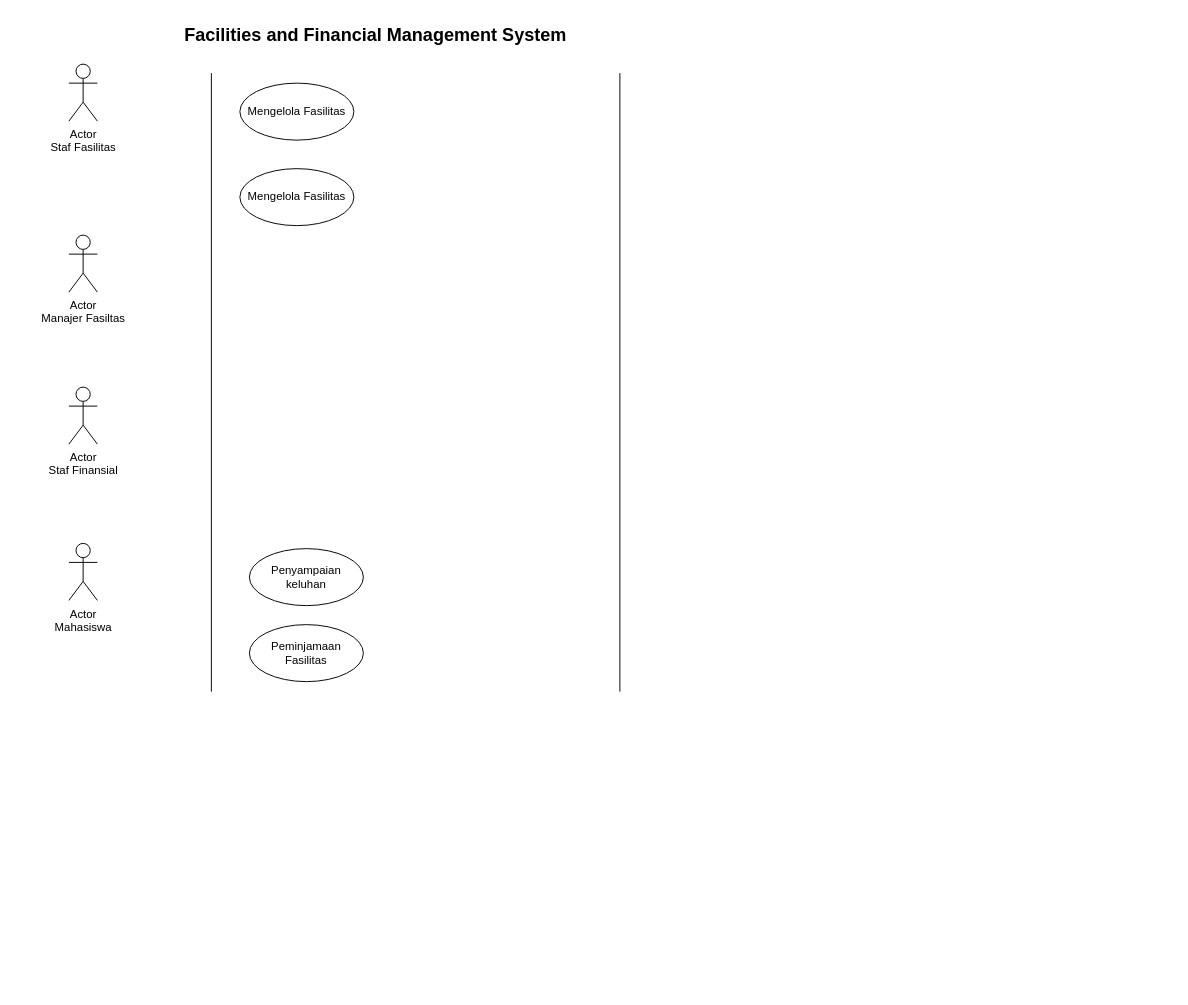
Before: Ga2.drawio in thirza258/draw.io, a draw.io diagram. Source tidied: cells renumbered, new cells numbered last; positions are measured from the earlier drawing's top-left corner, leaving out a move shared by most shapes. Both pictures are drawn from the tidied source at 95%, with x=0, y=0 at pixel (68, 16).
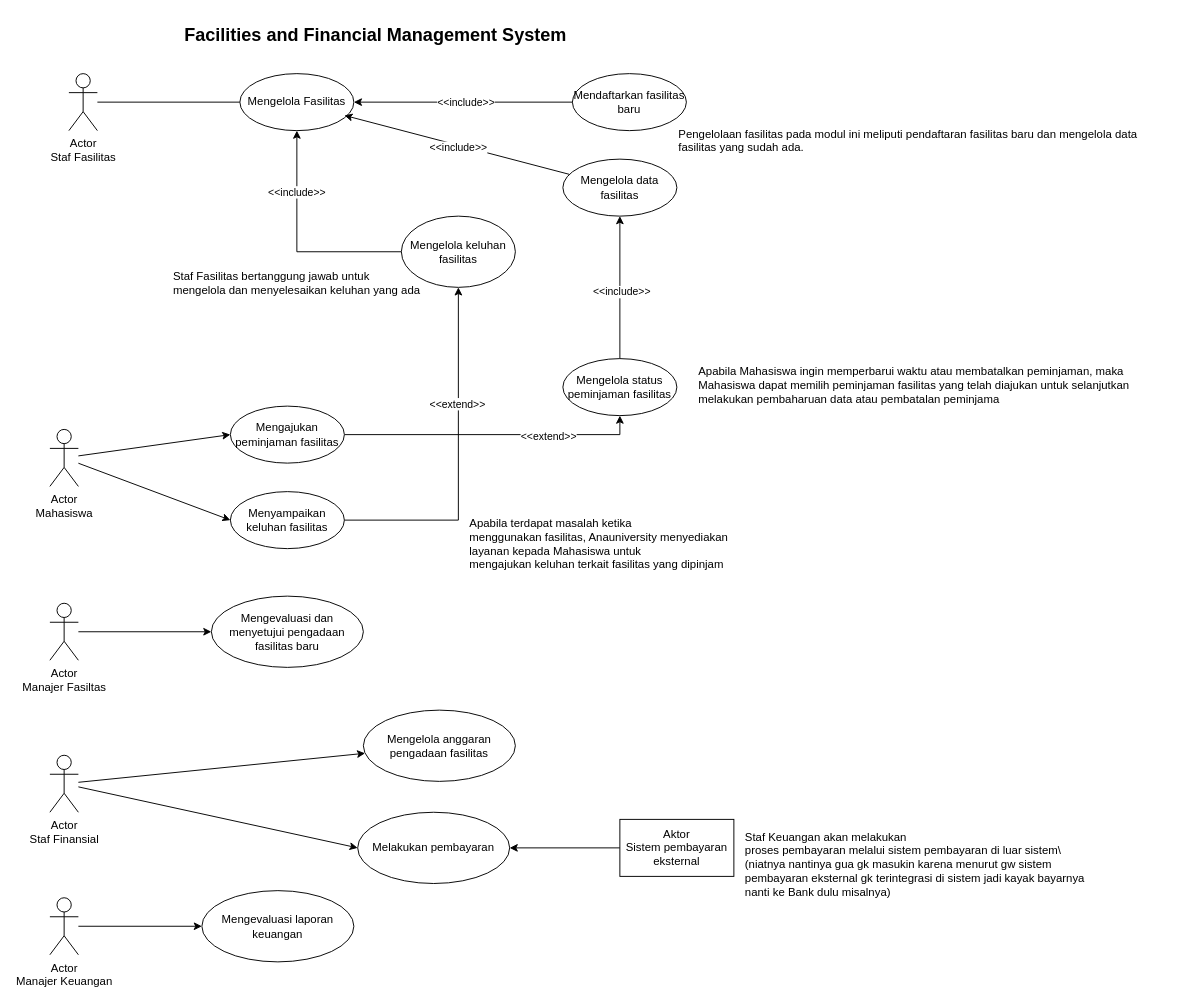
The same diagram, later.

What changed in the source:
```diff
@@
+    <mxCell id="12" style="edgeStyle=orthogonalEdgeStyle;rounded=0;jettySize=auto;html=1;entryX=0;entryY=0.5;entryDx=0;entryDy=0;endArrow=none;endFill=0;" parent="1" edge="1" source="2" target="10">
+      <mxGeometry relative="1" as="geometry" />
+    </mxCell>
     <mxCell id="2" value="Actor&lt;div&gt;Staf Fasilitas&lt;/div&gt;" style="shape=umlActor;verticalLabelPosition=bottom;verticalAlign=top;html=1;outlineConnect=0;" parent="1" vertex="1">
-      <mxGeometry y="50" width="30" height="60" as="geometry" />
+      <mxGeometry y="60" width="30" height="60" as="geometry" />
     </mxCell>
+    <mxCell id="13" style="edgeStyle=orthogonalEdgeStyle;rounded=0;jettySize=auto;html=1;entryX=0;entryY=0.5;entryDx=0;entryDy=0;" parent="1" edge="1" source="3" target="11">
+      <mxGeometry relative="1" as="geometry" />
+    </mxCell>
     <mxCell id="3" value="Actor&lt;div&gt;Manajer Fasiltas&lt;/div&gt;" style="shape=umlActor;verticalLabelPosition=bottom;verticalAlign=top;html=1;outlineConnect=0;" parent="1" vertex="1">
-      <mxGeometry y="230" width="30" height="60" as="geometry" />
+      <mxGeometry x="-20" y="617.5" width="30" height="60" as="geometry" />
     </mxCell>
+    <mxCell id="14" style="rounded=0;jettySize=auto;html=1;" parent="1" edge="1" source="4" target="24">
+      <mxGeometry relative="1" as="geometry" />
+    </mxCell>
+    <mxCell id="15" style="rounded=0;jettySize=auto;html=1;entryX=0;entryY=0.5;entryDx=0;entryDy=0;" parent="1" edge="1" source="4" target="44">
+      <mxGeometry relative="1" as="geometry" />
+    </mxCell>
     <mxCell id="4" value="Actor&lt;div&gt;Staf Finansial&lt;/div&gt;" style="shape=umlActor;verticalLabelPosition=bottom;verticalAlign=top;html=1;outlineConnect=0;" parent="1" vertex="1">
-      <mxGeometry y="390" width="30" height="60" as="geometry" />
+      <mxGeometry x="-20" y="777.5" width="30" height="60" as="geometry" />
     </mxCell>
+    <mxCell id="16" style="rounded=0;jettySize=auto;html=1;entryX=0;entryY=0.5;entryDx=0;entryDy=0;" parent="1" edge="1" source="5" target="9">
+      <mxGeometry relative="1" as="geometry" />
+    </mxCell>
+    <mxCell id="17" style="rounded=0;jettySize=auto;html=1;entryX=0;entryY=0.5;entryDx=0;entryDy=0;" parent="1" edge="1" source="5" target="8">
+      <mxGeometry relative="1" as="geometry" />
+    </mxCell>
     <mxCell id="5" value="Actor&lt;div&gt;Mahasiswa&lt;/div&gt;" style="shape=umlActor;verticalLabelPosition=bottom;verticalAlign=top;html=1;outlineConnect=0;" parent="1" vertex="1">
-      <mxGeometry y="554.5" width="30" height="60" as="geometry" />
+      <mxGeometry x="-20" y="434.5" width="30" height="60" as="geometry" />
     </mxCell>
-    <mxCell id="6" style="shape=partialRectangle;whiteSpace=wrap;html=1;top=0;bottom=0;fillColor=none;" parent="1" vertex="1">
-      <mxGeometry x="150" y="60" width="430" height="650" as="geometry" />
-    </mxCell>
@@
+    <mxCell id="18" style="edgeStyle=orthogonalEdgeStyle;rounded=0;jettySize=auto;html=1;entryX=0.5;entryY=1;entryDx=0;entryDy=0;" parent="1" edge="1" source="8" target="39">
+      <mxGeometry relative="1" as="geometry" />
+    </mxCell>
+    <mxCell id="19" value="&amp;lt;&amp;lt;extend&amp;gt;&amp;gt;" style="edgeLabel;html=1;align=center;verticalAlign=middle;" parent="18" vertex="1">
+      <mxGeometry x="0.33" y="2" relative="1" as="geometry" />
+    </mxCell>
-    <mxCell id="8" value="Peminjamaan Fasilitas" style="ellipse;whiteSpace=wrap;html=1;" parent="1" vertex="1">
-      <mxGeometry x="190" y="640" width="120" height="60" as="geometry" />
+    <mxCell id="8" value="Menyampaikan keluhan fasilitas" style="ellipse;whiteSpace=wrap;html=1;" parent="1" vertex="1">
+      <mxGeometry x="170" y="500" width="120" height="60" as="geometry" />
     </mxCell>
+    <mxCell id="20" style="edgeStyle=orthogonalEdgeStyle;rounded=0;jettySize=auto;html=1;entryX=0.5;entryY=1;entryDx=0;entryDy=0;" parent="1" edge="1" source="9" target="34">
+      <mxGeometry relative="1" as="geometry" />
+    </mxCell>
+    <mxCell id="21" value="&amp;lt;&amp;lt;extend&amp;gt;&amp;gt;" style="edgeLabel;html=1;align=center;verticalAlign=middle;" parent="20" vertex="1">
+      <mxGeometry x="0.38" y="-1" relative="1" as="geometry" />
+    </mxCell>
-    <mxCell id="9" value="Penyampaian keluhan" style="ellipse;whiteSpace=wrap;html=1;" parent="1" vertex="1">
-      <mxGeometry x="190" y="560" width="120" height="60" as="geometry" />
+    <mxCell id="9" value="Mengajukan peminjaman fasilitas" style="ellipse;whiteSpace=wrap;html=1;" parent="1" vertex="1">
+      <mxGeometry x="170" y="410" width="120" height="60" as="geometry" />
     </mxCell>
     <mxCell id="10" value="Mengelola Fasilitas" style="ellipse;whiteSpace=wrap;html=1;" parent="1" vertex="1">
-      <mxGeometry x="180" y="70" width="120" height="60" as="geometry" />
+      <mxGeometry x="180" y="60" width="120" height="60" as="geometry" />
     </mxCell>
-    <mxCell id="11" value="Mengelola Fasilitas" style="ellipse;whiteSpace=wrap;html=1;" parent="1" vertex="1">
-      <mxGeometry x="180" y="160" width="120" height="60" as="geometry" />
+    <mxCell id="11" value="Mengevaluasi dan menyetujui pengadaan fasilitas baru" style="ellipse;whiteSpace=wrap;html=1;" parent="1" vertex="1">
+      <mxGeometry x="150" y="610" width="160" height="75" as="geometry" />
     </mxCell>
+    <mxCell id="22" style="edgeStyle=orthogonalEdgeStyle;rounded=0;jettySize=auto;html=1;" parent="1" edge="1" source="23" target="25">
+      <mxGeometry relative="1" as="geometry" />
+    </mxCell>
+    <mxCell id="23" value="Actor&lt;div&gt;Manajer Keuangan&lt;/div&gt;" style="shape=umlActor;verticalLabelPosition=bottom;verticalAlign=top;html=1;outlineConnect=0;" parent="1" vertex="1">
+      <mxGeometry x="-20" y="927.5" width="30" height="60" as="geometry" />
+    </mxCell>
+    <mxCell id="24" value="Mengelola anggaran pengadaan fasilitas" style="ellipse;whiteSpace=wrap;html=1;" parent="1" vertex="1">
+      <mxGeometry x="310" y="730" width="160" height="75" as="geometry" />
+    </mxCell>
+    <mxCell id="25" value="Mengevaluasi laporan keuangan" style="ellipse;whiteSpace=wrap;html=1;" parent="1" vertex="1">
+      <mxGeometry x="140" y="920" width="160" height="75" as="geometry" />
+    </mxCell>
+    <mxCell id="26" style="edgeStyle=orthogonalEdgeStyle;rounded=0;jettySize=auto;html=1;entryX=1;entryY=0.5;entryDx=0;entryDy=0;" parent="1" edge="1" source="28" target="10">
+      <mxGeometry relative="1" as="geometry" />
+    </mxCell>
+    <mxCell id="27" value="&amp;lt;&amp;lt;include&amp;gt;&amp;gt;" style="edgeLabel;html=1;align=center;verticalAlign=middle;" parent="26" vertex="1">
+      <mxGeometry x="-0.02" relative="1" as="geometry" />
+    </mxCell>
+    <mxCell id="28" value="Mendaftarkan fasilitas baru&lt;span style=&quot;color: rgba(0, 0, 0, 0); font-family: monospace; font-size: 0px; text-align: start; text-wrap: nowrap;&quot;&gt;3CmxGraphModel%3E%3Croot%3E%3CmxCell%20id%3D%220%22%2F%3E%3CmxCell%20id%3D%221%22%20parent%3D%220%22%2F%3E%3CmxCell%20id%3D%222%22%20value%3D%22Mengelola%20Fasilitas%22%20style%3D%22ellipse%3BwhiteSpace%3Dwrap%3Bhtml%3D1%3B%22%20vertex%3D%221%22%20parent%3D%221%22%3E%3CmxGeometry%20x%3D%22270%22%20y%3D%2290%22%20width%3D%22120%22%20height%3D%2260%22%20as%3D%22geometry%22%2F%3E%3C%2FmxCell%3E%3C%2Froot%3E%3C%2FmxGraphModel%3E&lt;/span&gt;" style="ellipse;whiteSpace=wrap;html=1;" parent="1" vertex="1">
+      <mxGeometry x="530" y="60" width="120" height="60" as="geometry" />
+    </mxCell>
+    <mxCell id="29" style="rounded=0;jettySize=auto;html=1;entryX=0.917;entryY=0.733;entryDx=0;entryDy=0;entryPerimeter=0;" parent="1" edge="1" source="31" target="10">
+      <mxGeometry relative="1" as="geometry" />
+    </mxCell>
+    <mxCell id="30" value="&amp;lt;&amp;lt;include&amp;gt;&amp;gt;" style="edgeLabel;html=1;align=center;verticalAlign=middle;" parent="29" vertex="1">
+      <mxGeometry x="-0.01" y="2" relative="1" as="geometry" />
+    </mxCell>
+    <mxCell id="31" value="Mengelola data &lt;br/&gt;fasilitas" style="ellipse;whiteSpace=wrap;html=1;" parent="1" vertex="1">
+      <mxGeometry x="520" y="150" width="120" height="60" as="geometry" />
+    </mxCell>
+    <mxCell id="32" style="edgeStyle=orthogonalEdgeStyle;rounded=0;jettySize=auto;html=1;entryX=0.5;entryY=1;entryDx=0;entryDy=0;" parent="1" edge="1" source="34" target="31">
+      <mxGeometry relative="1" as="geometry" />
+    </mxCell>
+    <mxCell id="33" value="&amp;lt;&amp;lt;include&amp;gt;&amp;gt;" style="edgeLabel;html=1;align=center;verticalAlign=middle;" parent="32" vertex="1">
+      <mxGeometry x="-0.05" y="-1" relative="1" as="geometry" />
+    </mxCell>
+    <mxCell id="34" value="Mengelola status peminjaman fasilitas" style="ellipse;whiteSpace=wrap;html=1;" parent="1" vertex="1">
+      <mxGeometry x="520" y="360" width="120" height="60" as="geometry" />
+    </mxCell>
+    <mxCell id="35" value="Apabila Mahasiswa ingin memperbarui waktu atau membatalkan peminjaman, maka &#10;Mahasiswa dapat memilih peminjaman fasilitas yang telah diajukan untuk selanjutkan &#10;melakukan pembaharuan data atau pembatalan peminjama" style="text;whiteSpace=wrap;html=1;" parent="1" vertex="1">
+      <mxGeometry x="661" y="360" width="490" height="70" as="geometry" />
+    </mxCell>
+    <mxCell id="36" value="Pengelolaan fasilitas pada modul ini meliputi pendaftaran fasilitas baru dan mengelola data &#10;fasilitas yang sudah ada." style="text;whiteSpace=wrap;html=1;" parent="1" vertex="1">
+      <mxGeometry x="640" y="110" width="520" height="50" as="geometry" />
+    </mxCell>
+    <mxCell id="37" style="edgeStyle=orthogonalEdgeStyle;rounded=0;jettySize=auto;html=1;entryX=0.5;entryY=1;entryDx=0;entryDy=0;" parent="1" edge="1" source="39" target="10">
+      <mxGeometry relative="1" as="geometry" />
+    </mxCell>
+    <mxCell id="38" value="&amp;lt;&amp;lt;include&amp;gt;&amp;gt;" style="edgeLabel;html=1;align=center;verticalAlign=middle;" parent="37" vertex="1">
+      <mxGeometry x="0.46" y="1" relative="1" as="geometry" />
+    </mxCell>
+    <mxCell id="39" value="Mengelola keluhan fasilitas" style="ellipse;whiteSpace=wrap;html=1;" parent="1" vertex="1">
+      <mxGeometry x="350" y="210" width="120" height="75" as="geometry" />
+    </mxCell>
+    <mxCell id="40" value="Staf Fasilitas bertanggung jawab untuk &#10;mengelola dan menyelesaikan keluhan yang ada" style="text;whiteSpace=wrap;html=1;" parent="1" vertex="1">
+      <mxGeometry x="108" y="260" width="290" height="50" as="geometry" />
+    </mxCell>
+    <mxCell id="41" value="Apabila terdapat masalah ketika &lt;br/&gt;menggunakan fasilitas, Anauniversity menyediakan layanan kepada Mahasiswa untuk &lt;br/&gt;mengajukan keluhan terkait fasilitas yang dipinjam" style="text;whiteSpace=wrap;html=1;" parent="1" vertex="1">
+      <mxGeometry x="420" y="520" width="290" height="50" as="geometry" />
+    </mxCell>
+    <mxCell id="42" style="edgeStyle=orthogonalEdgeStyle;rounded=0;jettySize=auto;html=1;entryX=1;entryY=0.5;entryDx=0;entryDy=0;" parent="1" edge="1" source="43" target="44">
+      <mxGeometry relative="1" as="geometry" />
+    </mxCell>
+    <mxCell id="43" value="&lt;div&gt;Aktor&lt;/div&gt;Sistem pembayaran eksternal" style="rounded=0;whiteSpace=wrap;html=1;" parent="1" vertex="1">
+      <mxGeometry x="580" y="845" width="120" height="60" as="geometry" />
+    </mxCell>
+    <mxCell id="44" value="Melakukan pembayaran" style="ellipse;whiteSpace=wrap;html=1;" parent="1" vertex="1">
+      <mxGeometry x="304" y="837.5" width="160" height="75" as="geometry" />
+    </mxCell>
+    <mxCell id="45" value="Staf Keuangan akan melakukan &lt;br&gt;proses pembayaran melalui sistem pembayaran di luar sistem\&lt;div&gt;(niatnya nantinya gua gk masukin karena menurut gw sistem pembayaran eksternal gk terintegrasi di sistem jadi kayak bayarnya nanti ke Bank dulu misalnya)&lt;/div&gt;" style="text;whiteSpace=wrap;html=1;" parent="1" vertex="1">
+      <mxGeometry x="710" y="850" width="360" height="90" as="geometry" />
+    </mxCell>
```
